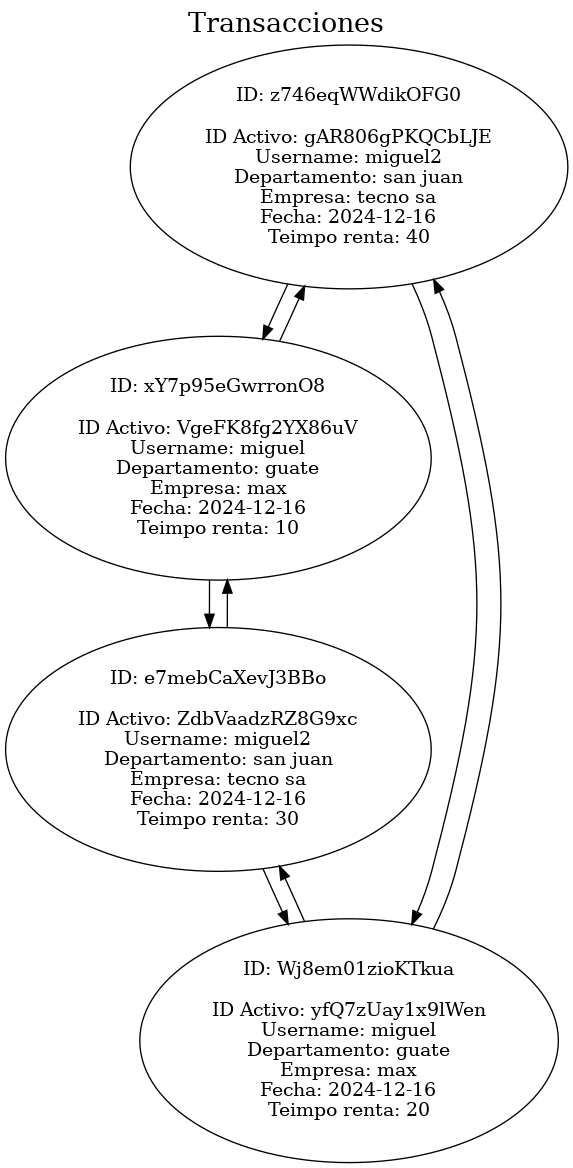
The Graphviz diagram src/Reportes/lista_doble.png in miguel-tubac/-EDD-Proyecto1_202101927, before a commit. Its source is kept beside it as src/Reportes/lista_doble.dot.
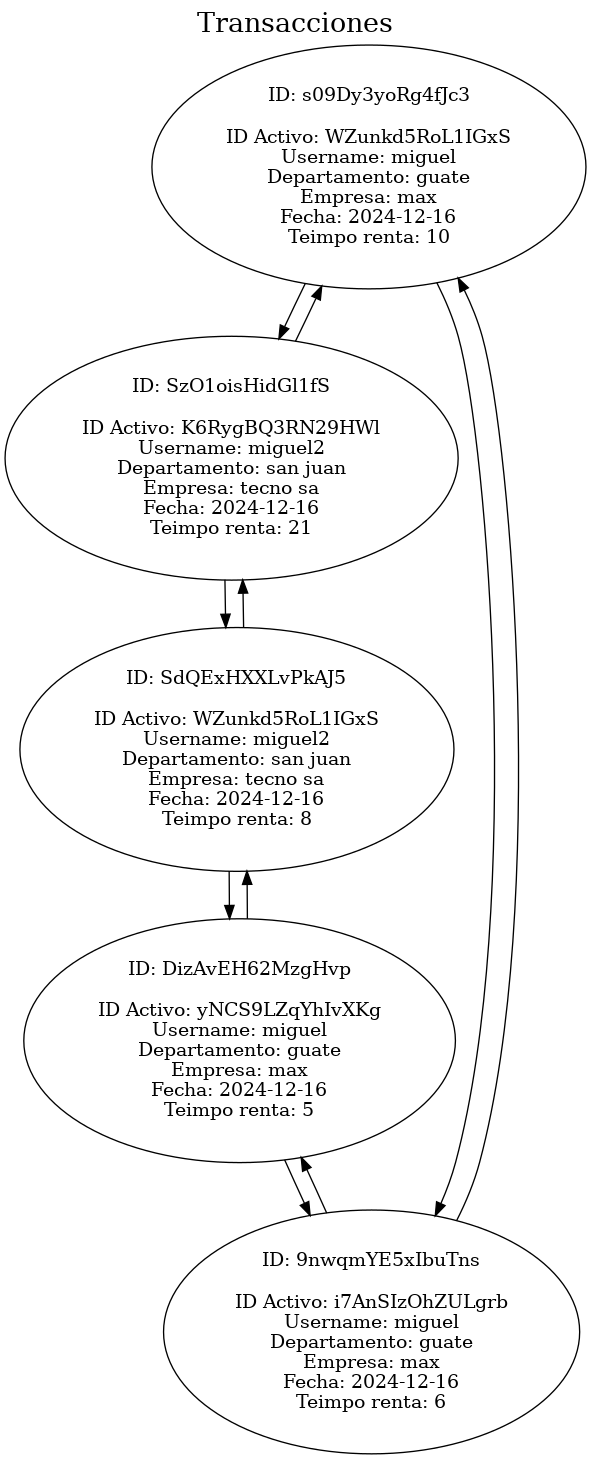
After the commit.

What changed in the source:
```diff
@@ -2,76 +2,92 @@
 	label = Transacciones;
 	labelloc = "t";
 	fontsize = 20;
-"ID: z746eqWWdikOFG0
+"ID: s09Dy3yoRg4fJc3
 
-ID Activo: gAR806gPKQCbLJE
-Username: miguel2
-Departamento: san juan
-Empresa: tecno sa
-Fecha: 2024-12-16
-Teimpo renta: 40"->
-"ID: xY7p95eGwrronO8
-
-ID Activo: VgeFK8fg2YX86uV
+ID Activo: WZunkd5RoL1IGxS
 Username: miguel
 Departamento: guate
 Empresa: max
 Fecha: 2024-12-16
 Teimpo renta: 10"->
-"ID: e7mebCaXevJ3BBo
+"ID: SzO1oisHidGl1fS
 
-ID Activo: ZdbVaadzRZ8G9xc
+ID Activo: K6RygBQ3RN29HWl
 Username: miguel2
 Departamento: san juan
 Empresa: tecno sa
 Fecha: 2024-12-16
-Teimpo renta: 30"->
-"ID: Wj8em01zioKTkua
+Teimpo renta: 21"->
+"ID: SdQExHXXLvPkAJ5
 
-ID Activo: yfQ7zUay1x9lWen
+ID Activo: WZunkd5RoL1IGxS
+Username: miguel2
+Departamento: san juan
+Empresa: tecno sa
+Fecha: 2024-12-16
+Teimpo renta: 8"->
+"ID: DizAvEH62MzgHvp
+
+ID Activo: yNCS9LZqYhIvXKg
 Username: miguel
 Departamento: guate
 Empresa: max
 Fecha: 2024-12-16
-Teimpo renta: 20"->
-"ID: z746eqWWdikOFG0
+Teimpo renta: 5"->
+"ID: 9nwqmYE5xIbuTns
 
-ID Activo: gAR806gPKQCbLJE
-Username: miguel2
-Departamento: san juan
-Empresa: tecno sa
-Fecha: 2024-12-16
-Teimpo renta: 40"->
-"ID: Wj8em01zioKTkua
-
-ID Activo: yfQ7zUay1x9lWen
+ID Activo: i7AnSIzOhZULgrb
 Username: miguel
 Departamento: guate
 Empresa: max
 Fecha: 2024-12-16
-Teimpo renta: 20"->
-"ID: e7mebCaXevJ3BBo
+Teimpo renta: 6"->
+"ID: s09Dy3yoRg4fJc3
 
-ID Activo: ZdbVaadzRZ8G9xc
-Username: miguel2
-Departamento: san juan
-Empresa: tecno sa
-Fecha: 2024-12-16
-Teimpo renta: 30"->
-"ID: xY7p95eGwrronO8
-
-ID Activo: VgeFK8fg2YX86uV
+ID Activo: WZunkd5RoL1IGxS
 Username: miguel
 Departamento: guate
 Empresa: max
 Fecha: 2024-12-16
 Teimpo renta: 10"->
-"ID: z746eqWWdikOFG0
+"ID: 9nwqmYE5xIbuTns
 
-ID Activo: gAR806gPKQCbLJE
+ID Activo: i7AnSIzOhZULgrb
+Username: miguel
+Departamento: guate
+Empresa: max
+Fecha: 2024-12-16
+Teimpo renta: 6"->
+"ID: DizAvEH62MzgHvp
+
+ID Activo: yNCS9LZqYhIvXKg
+Username: miguel
+Departamento: guate
+Empresa: max
+Fecha: 2024-12-16
+Teimpo renta: 5"->
+"ID: SdQExHXXLvPkAJ5
+
+ID Activo: WZunkd5RoL1IGxS
 Username: miguel2
 Departamento: san juan
 Empresa: tecno sa
 Fecha: 2024-12-16
-Teimpo renta: 40"
+Teimpo renta: 8"->
+"ID: SzO1oisHidGl1fS
+
+ID Activo: K6RygBQ3RN29HWl
+Username: miguel2
+Departamento: san juan
+Empresa: tecno sa
+Fecha: 2024-12-16
+Teimpo renta: 21"->
+"ID: s09Dy3yoRg4fJc3
+
+ID Activo: WZunkd5RoL1IGxS
+Username: miguel
+Departamento: guate
+Empresa: max
+Fecha: 2024-12-16
+Teimpo renta: 10"
 }
```
